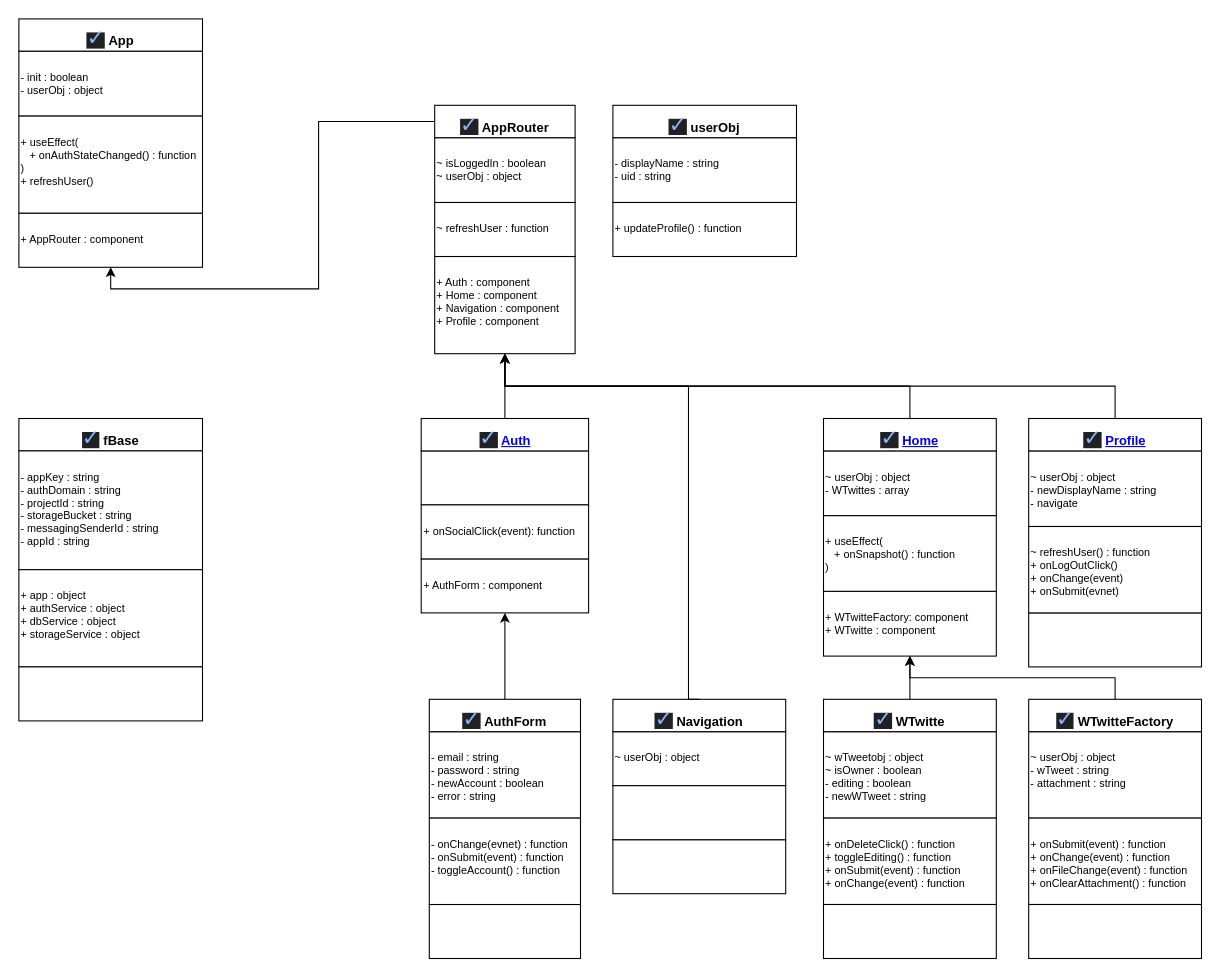
Earlier version of the draw.io diagram page "Class Diagram" (2 of 5) of wtwitter.drawio (euoom/wtwitter). Source tidied: cells renumbered, new cells numbered last; positions are measured from the earlier drawing's top-left corner, leaving out a move shared by most shapes. Both pictures are drawn from the tidied source at 108%, with x=0, y=0 at pixel (18, 18).
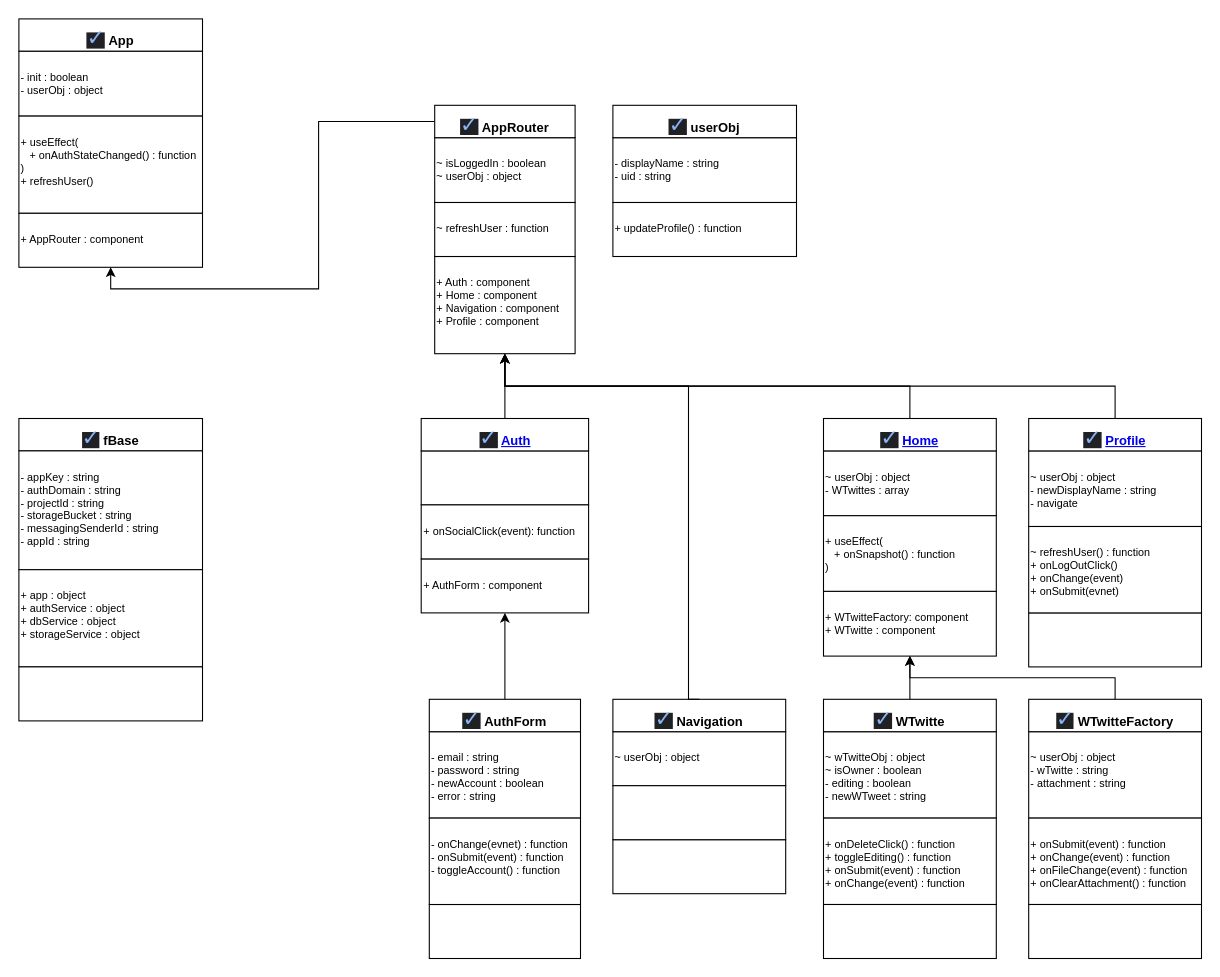
Above is the later version.

The change refers to these unchanged cells:
```xml
<mxCell id="36" style="group;" parent="1" vertex="1">
  <mxGeometry x="745" y="630" width="160" height="240" as="geometry" />
</mxCell>
<mxCell id="41" style="group;" parent="1" vertex="1">
  <mxGeometry x="935" y="630" width="160" height="240" as="geometry" />
</mxCell>
```

Change to the diagram source:
```diff
@@
-    <mxCell id="37" value="&lt;br&gt;~ wTweetobj : object&lt;br&gt;~ isOwner : boolean&lt;br&gt;- editing : boolean&lt;br&gt;- newWTweet : string" style="whiteSpace=wrap;html=1;rounded=0;fontSize=10;align=left;verticalAlign=top;" parent="36" vertex="1">
+    <mxCell id="37" value="&lt;br&gt;~ wTwitteObj : object&lt;br&gt;~ isOwner : boolean&lt;br&gt;- editing : boolean&lt;br&gt;- newWTweet : string" style="whiteSpace=wrap;html=1;rounded=0;fontSize=10;align=left;verticalAlign=top;" parent="36" vertex="1">
       <mxGeometry y="30" width="160" height="80" as="geometry" />
     </mxCell>
@@
-    <mxCell id="42" value="&lt;br&gt;~ userObj : object&lt;br&gt;- wTweet : string&lt;br&gt;- attachment : string" style="whiteSpace=wrap;html=1;rounded=0;fontSize=10;align=left;verticalAlign=top;" parent="41" vertex="1">
+    <mxCell id="42" value="&lt;br&gt;~ userObj : object&lt;br&gt;- wTwitte : string&lt;br&gt;- attachment : string" style="whiteSpace=wrap;html=1;rounded=0;fontSize=10;align=left;verticalAlign=top;" parent="41" vertex="1">
       <mxGeometry y="30" width="160" height="80" as="geometry" />
     </mxCell>
```
